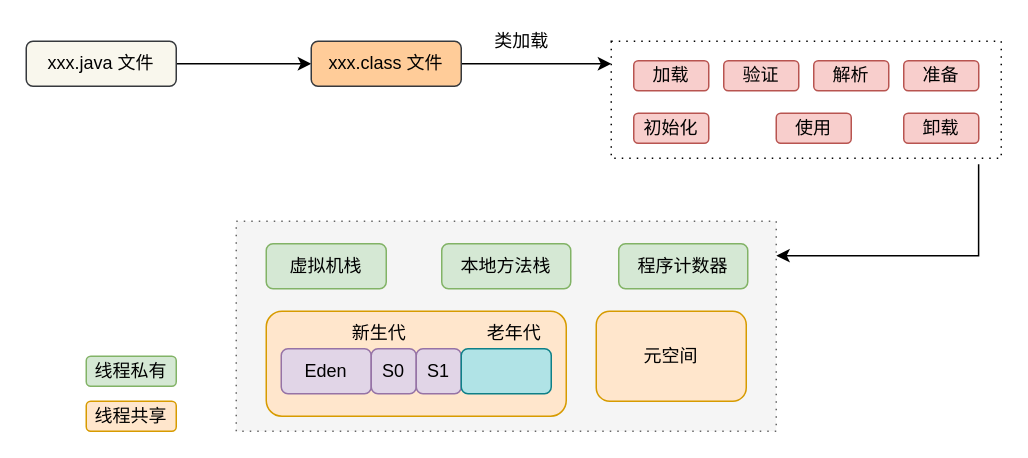
topyuluo/photo-project keeps this draw.io diagram as JVM.drawio. Above is the earlier version. Source tidied: cells renumbered, new cells numbered last; positions are measured from the earlier drawing's top-left corner, leaving out a move shared by most shapes. Both pictures are drawn from the tidied source at 150%, with x=0, y=0 at pixel (26, 26).
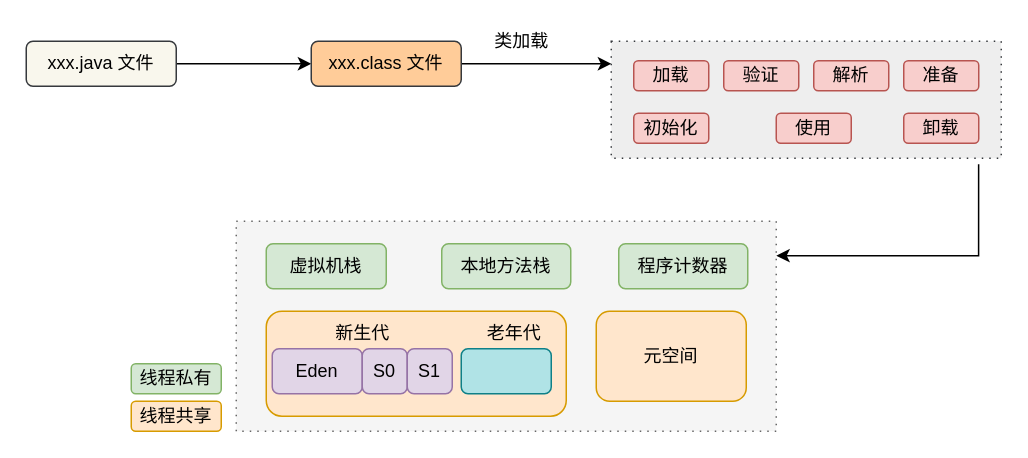
The same page after the edit.

What changed in the source:
```diff
@@
-    <mxCell id="8" style="rounded=0;whiteSpace=wrap;html=1;dashed=1;dashPattern=1 4;" parent="1" vertex="1">
+    <mxCell id="8" style="rounded=0;whiteSpace=wrap;html=1;dashed=1;dashPattern=1 4;fillColor=#eeeeee;strokeColor=#36393d;" parent="1" vertex="1">
       <mxGeometry x="390" y="10" width="260" height="78" as="geometry" />
     </mxCell>
@@
     <mxCell id="22" style="group;" parent="1" vertex="1">
-      <mxGeometry x="170" y="215" width="120" height="30" as="geometry" />
+      <mxGeometry x="164" y="215" width="120" height="30" as="geometry" />
     </mxCell>
@@
     <mxCell id="28" value="新生代" style="text;html=1;align=center;verticalAlign=middle;strokeColor=none;" parent="1" vertex="1">
-      <mxGeometry x="210" y="195" width="50" height="20" as="geometry" />
+      <mxGeometry x="199" y="195" width="50" height="20" as="geometry" />
     </mxCell>
     <mxCell id="29" value="线程私有" style="rounded=1;whiteSpace=wrap;html=1;fillColor=#d5e8d4;strokeColor=#82b366;" parent="1" vertex="1">
-      <mxGeometry x="40" y="220" width="60" height="20" as="geometry" />
+      <mxGeometry x="70" y="225" width="60" height="20" as="geometry" />
     </mxCell>
     <mxCell id="30" value="线程共享" style="rounded=1;whiteSpace=wrap;html=1;fillColor=#ffe6cc;strokeColor=#d79b00;" parent="1" vertex="1">
-      <mxGeometry x="40" y="250" width="60" height="20" as="geometry" />
+      <mxGeometry x="70" y="250" width="60" height="20" as="geometry" />
     </mxCell>
```
